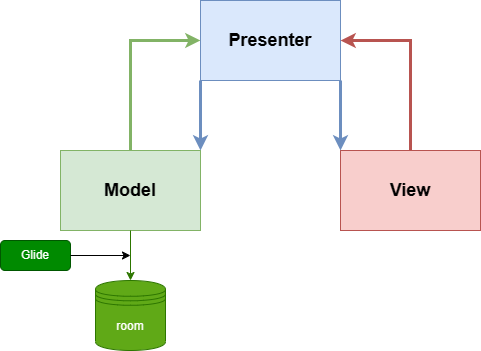
The draw.io diagram 행복통장_구조.png in minjuKwon/HappyBankbook-app, before a commit. Source tidied: cells renumbered, new cells last; positions are measured from the earlier drawing's top-left corner, leaving out a move shared by most shapes.
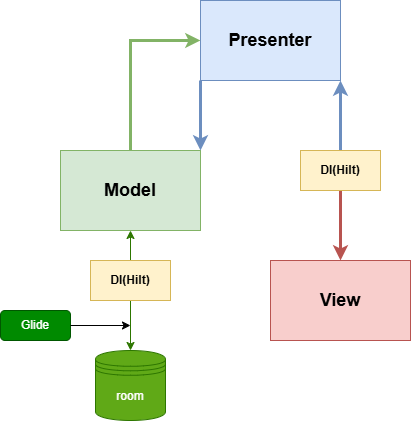
After the change.

Commit message:
Update: Modify 행복통장_구조.png

Change to the diagram source:
```diff
@@ -9,14 +9,10 @@
       <mxGeometry x="60" y="150" width="140" height="80" as="geometry" />
     </mxCell>
     <mxCell id="4" value="&lt;font style=&quot;font-size: 18px;&quot;&gt;&lt;b&gt;View&lt;/b&gt;&lt;/font&gt;" style="rounded=0;whiteSpace=wrap;html=1;fillColor=#f8cecc;strokeColor=#b85450;" parent="1" vertex="1">
-      <mxGeometry x="340" y="150" width="140" height="80" as="geometry" />
+      <mxGeometry x="270" y="260" width="140" height="80" as="geometry" />
     </mxCell>
-    <mxCell id="5" style="endArrow=classic;html=1;rounded=0;exitX=0.5;exitY=0;exitDx=0;exitDy=0;strokeWidth=3;fillColor=#f8cecc;strokeColor=#b85450;entryX=1;entryY=0.5;entryDx=0;entryDy=0;" parent="1" edge="1" source="4" target="2">
-      <mxGeometry relative="1" as="geometry">
-        <Array as="points">
-          <mxPoint x="410" y="40" />
-        </Array>
-      </mxGeometry>
+    <mxCell id="5" style="endArrow=classic;html=1;rounded=0;exitX=0.5;exitY=1;exitDx=0;exitDy=0;strokeWidth=3;fillColor=#f8cecc;strokeColor=#b85450;entryX=0.5;entryY=0;entryDx=0;entryDy=0;" parent="1" edge="1" source="15" target="4">
+      <mxGeometry relative="1" as="geometry" />
     </mxCell>
     <mxCell id="6" style="endArrow=classic;html=1;rounded=0;entryX=0;entryY=0.5;entryDx=0;entryDy=0;exitX=0.5;exitY=0;exitDx=0;exitDy=0;strokeWidth=3;fillColor=#d5e8d4;strokeColor=#82b366;" parent="1" edge="1" source="3" target="2">
       <mxGeometry relative="1" as="geometry">
@@ -28,24 +24,33 @@
     <mxCell id="7" style="endArrow=classic;html=1;rounded=0;exitX=0;exitY=1;exitDx=0;exitDy=0;entryX=1;entryY=0;entryDx=0;entryDy=0;fillColor=#dae8fc;strokeColor=#6c8ebf;strokeWidth=3;" parent="1" edge="1" source="2" target="3">
       <mxGeometry relative="1" as="geometry" />
     </mxCell>
-    <mxCell id="8" style="endArrow=classic;html=1;rounded=0;exitX=1;exitY=1;exitDx=0;exitDy=0;entryX=0;entryY=0;entryDx=0;entryDy=0;fillColor=#dae8fc;strokeColor=#6c8ebf;strokeWidth=3;" parent="1" edge="1" source="2" target="4">
+    <mxCell id="8" style="endArrow=classic;html=1;rounded=0;entryX=1;entryY=1;entryDx=0;entryDy=0;fillColor=#dae8fc;strokeColor=#6c8ebf;strokeWidth=3;exitX=0.5;exitY=0;exitDx=0;exitDy=0;" parent="1" edge="1" source="15" target="2">
       <mxGeometry relative="1" as="geometry" />
     </mxCell>
     <mxCell id="9" value="room" style="shape=datastore;whiteSpace=wrap;html=1;fillColor=#60a917;fontColor=#ffffff;strokeColor=#2D7600;" parent="1" vertex="1">
-      <mxGeometry x="95" y="280" width="70" height="70" as="geometry" />
+      <mxGeometry x="95" y="350" width="70" height="70" as="geometry" />
     </mxCell>
     <mxCell id="10" style="endArrow=classic;html=1;rounded=0;fillColor=#60a917;strokeColor=#2D7600;" parent="1" edge="1" target="9">
       <mxGeometry relative="1" as="geometry">
-        <mxPoint x="130" y="230" as="sourcePoint" />
+        <mxPoint x="130" y="300" as="sourcePoint" />
       </mxGeometry>
     </mxCell>
     <mxCell id="11" value="Glide" style="rounded=1;whiteSpace=wrap;html=1;fillColor=#008a00;fontColor=#ffffff;strokeColor=#005700;" parent="1" vertex="1">
-      <mxGeometry y="240" width="70" height="30" as="geometry" />
+      <mxGeometry y="310" width="70" height="30" as="geometry" />
     </mxCell>
     <mxCell id="12" style="endArrow=classic;html=1;rounded=0;exitX=1;exitY=0.5;exitDx=0;exitDy=0;" parent="1" edge="1" source="11">
       <mxGeometry relative="1" as="geometry">
-        <mxPoint x="130" y="255" as="targetPoint" />
+        <mxPoint x="130" y="325" as="targetPoint" />
       </mxGeometry>
     </mxCell>
+    <mxCell id="13" style="endArrow=classic;html=1;rounded=0;fillColor=#60a917;strokeColor=#2D7600;entryX=0.5;entryY=1;entryDx=0;entryDy=0;exitX=0.5;exitY=0;exitDx=0;exitDy=0;" parent="1" edge="1" source="14" target="3">
+      <mxGeometry relative="1" as="geometry" />
+    </mxCell>
+    <mxCell id="14" value="&lt;b&gt;DI(Hilt)&lt;/b&gt;" style="rounded=0;whiteSpace=wrap;html=1;fillColor=#fff2cc;strokeColor=#d6b656;" parent="1" vertex="1">
+      <mxGeometry x="90" y="260" width="80" height="40" as="geometry" />
+    </mxCell>
+    <mxCell id="15" value="&lt;b&gt;DI(Hilt)&lt;/b&gt;" style="rounded=0;whiteSpace=wrap;html=1;fillColor=#fff2cc;strokeColor=#d6b656;" parent="1" vertex="1">
+      <mxGeometry x="300" y="150" width="80" height="40" as="geometry" />
+    </mxCell>
   </root>
 </mxGraphModel>
```
